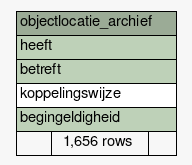
This is datamodel/schemaspy/brk/diagrams/summary/objectlocatie_archief.1degree.png from B3Partners/brmo, a Graphviz export, as it was before one commit. Its source is kept beside it as datamodel/schemaspy/brk/diagrams/summary/objectlocatie_archief.1degree.dot. Its diagram source:
```dot
digraph "objectlocatie_archief" {
  graph [
    rankdir="RL"
    bgcolor="#f7f7f7"
    nodesep="0.18"
    ranksep="0.46"
    fontname="Helvetica"
    fontsize="11"
  ];
  node [
    fontname="Helvetica"
    fontsize="11"
    shape="plaintext"
  ];
  edge [
    arrowsize="0.8"
  ];
  "objectlocatie_archief" [
    label=<
    <TABLE BORDER="0" CELLBORDER="1" CELLSPACING="0" BGCOLOR="#ffffff">
      <TR><TD COLSPAN="3" BGCOLOR="#9bab96" ALIGN="CENTER">objectlocatie_archief</TD></TR>
      <TR><TD PORT="heeft" COLSPAN="3" BGCOLOR="#bed1b8" ALIGN="LEFT">heeft</TD></TR>
      <TR><TD PORT="betreft" COLSPAN="3" BGCOLOR="#bed1b8" ALIGN="LEFT">betreft</TD></TR>
      <TR><TD PORT="koppelingswijze" COLSPAN="3" ALIGN="LEFT">koppelingswijze</TD></TR>
      <TR><TD PORT="begingeldigheid" COLSPAN="3" BGCOLOR="#bed1b8" ALIGN="LEFT">begingeldigheid</TD></TR>
      <TR><TD ALIGN="LEFT" BGCOLOR="#f7f7f7">  </TD><TD ALIGN="RIGHT" BGCOLOR="#f7f7f7">1,656 rows</TD><TD ALIGN="RIGHT" BGCOLOR="#f7f7f7">  </TD></TR>
    </TABLE>>
    URL="tables/objectlocatie_archief.html"
    tooltip="objectlocatie_archief"
  ];
}
```
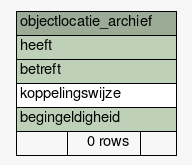
After the change.

The edit, as a diff of the source:
```diff
@@ -23,7 +23,7 @@
       <TR><TD PORT="betreft" COLSPAN="3" BGCOLOR="#bed1b8" ALIGN="LEFT">betreft</TD></TR>
       <TR><TD PORT="koppelingswijze" COLSPAN="3" ALIGN="LEFT">koppelingswijze</TD></TR>
       <TR><TD PORT="begingeldigheid" COLSPAN="3" BGCOLOR="#bed1b8" ALIGN="LEFT">begingeldigheid</TD></TR>
-      <TR><TD ALIGN="LEFT" BGCOLOR="#f7f7f7">  </TD><TD ALIGN="RIGHT" BGCOLOR="#f7f7f7">1,656 rows</TD><TD ALIGN="RIGHT" BGCOLOR="#f7f7f7">  </TD></TR>
+      <TR><TD ALIGN="LEFT" BGCOLOR="#f7f7f7">  </TD><TD ALIGN="RIGHT" BGCOLOR="#f7f7f7">0 rows</TD><TD ALIGN="RIGHT" BGCOLOR="#f7f7f7">  </TD></TR>
     </TABLE>>
     URL="tables/objectlocatie_archief.html"
     tooltip="objectlocatie_archief"
```
